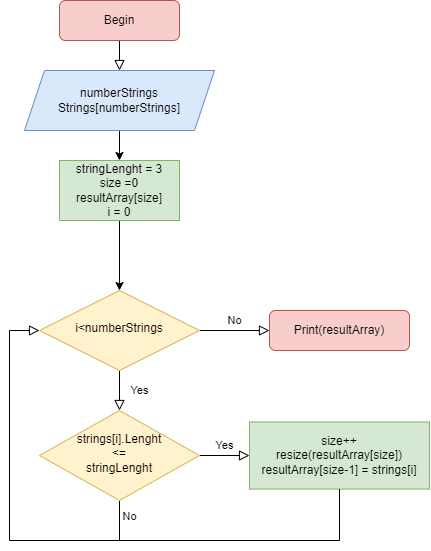
The draw.io diagram diagram/diagram.png in VRoman27/-ontrolWork, before a commit. Source tidied: cells renumbered, new cells last; positions are measured from the earlier drawing's top-left corner, leaving out a move shared by most shapes.
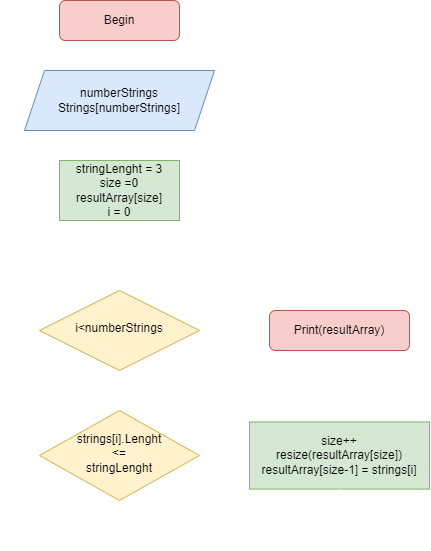
Above is the later version.

The edit, as a diff of the source:
```diff
@@ -2,16 +2,16 @@
   <root>
     <mxCell id="0" />
     <mxCell id="1" parent="0" />
-    <mxCell id="2" style="rounded=0;html=1;jettySize=auto;fontSize=11;endArrow=block;endFill=0;endSize=8;strokeWidth=1;shadow=0;labelBackgroundColor=none;edgeStyle=orthogonalEdgeStyle;entryX=0.5;entryY=0;entryDx=0;entryDy=0;" parent="1" edge="1" source="3" target="12">
+    <mxCell id="2" style="rounded=0;html=1;jettySize=auto;fontSize=11;endArrow=block;endFill=0;endSize=8;strokeWidth=1;shadow=0;labelBackgroundColor=none;edgeStyle=orthogonalEdgeStyle;entryX=0.5;entryY=0;entryDx=0;entryDy=0;strokeColor=#FFFFFF;" parent="1" edge="1" source="3" target="12">
       <mxGeometry relative="1" as="geometry" />
     </mxCell>
     <mxCell id="3" value="Begin" style="rounded=1;whiteSpace=wrap;html=1;fontSize=12;glass=0;strokeWidth=1;shadow=0;fillColor=#f8cecc;strokeColor=#b85450;" parent="1" vertex="1">
       <mxGeometry x="50" width="120" height="40" as="geometry" />
     </mxCell>
-    <mxCell id="4" value="Yes" style="rounded=0;html=1;jettySize=auto;fontSize=11;endArrow=block;endFill=0;endSize=8;strokeWidth=1;shadow=0;labelBackgroundColor=none;edgeStyle=orthogonalEdgeStyle;" parent="1" edge="1" source="6" target="10">
+    <mxCell id="4" value="Yes" style="rounded=0;html=1;jettySize=auto;fontSize=11;endArrow=block;endFill=0;endSize=8;strokeWidth=1;shadow=0;labelBackgroundColor=none;edgeStyle=orthogonalEdgeStyle;strokeColor=#FFFFFF;fontColor=#FFFFFF;" parent="1" edge="1" source="6" target="10">
       <mxGeometry y="20" relative="1" as="geometry" />
     </mxCell>
-    <mxCell id="5" value="No" style="edgeStyle=orthogonalEdgeStyle;rounded=0;html=1;jettySize=auto;fontSize=11;endArrow=block;endFill=0;endSize=8;strokeWidth=1;shadow=0;labelBackgroundColor=none;" parent="1" edge="1" source="6" target="7">
+    <mxCell id="5" value="No" style="edgeStyle=orthogonalEdgeStyle;rounded=0;html=1;jettySize=auto;fontSize=11;endArrow=block;endFill=0;endSize=8;strokeWidth=1;shadow=0;labelBackgroundColor=none;strokeColor=#FFFFFF;fontColor=#FFFFFF;" parent="1" edge="1" source="6" target="7">
       <mxGeometry y="10" relative="1" as="geometry" />
     </mxCell>
     <mxCell id="6" value="i&amp;lt;numberStrings" style="rhombus;whiteSpace=wrap;html=1;shadow=0;fontFamily=Helvetica;fontSize=12;align=center;strokeWidth=1;spacing=6;spacingTop=-4;fillColor=#fff2cc;strokeColor=#d6b656;" parent="1" vertex="1">
@@ -20,7 +20,7 @@
     <mxCell id="7" value="Print(resultArray)" style="rounded=1;whiteSpace=wrap;html=1;fontSize=12;glass=0;strokeWidth=1;shadow=0;fillColor=#f8cecc;strokeColor=#b85450;" parent="1" vertex="1">
       <mxGeometry x="260" y="310" width="140" height="40" as="geometry" />
     </mxCell>
-    <mxCell id="8" value="No" style="rounded=0;html=1;jettySize=auto;fontSize=11;endArrow=block;endFill=0;endSize=8;strokeWidth=1;shadow=0;labelBackgroundColor=none;edgeStyle=orthogonalEdgeStyle;entryX=0;entryY=0.5;entryDx=0;entryDy=0;" parent="1" edge="1" source="10" target="6">
+    <mxCell id="8" value="No" style="rounded=0;html=1;jettySize=auto;fontSize=11;endArrow=block;endFill=0;endSize=8;strokeWidth=1;shadow=0;labelBackgroundColor=none;edgeStyle=orthogonalEdgeStyle;entryX=0;entryY=0.5;entryDx=0;entryDy=0;strokeColor=#FFFFFF;fontColor=#FFFFFF;" parent="1" edge="1" source="10" target="6">
       <mxGeometry x="-0.92" y="10" relative="1" as="geometry">
         <Array as="points">
           <mxPoint x="110" y="540" />
@@ -29,19 +29,19 @@
         </Array>
       </mxGeometry>
     </mxCell>
-    <mxCell id="9" value="Yes" style="edgeStyle=orthogonalEdgeStyle;rounded=0;html=1;jettySize=auto;fontSize=11;endArrow=block;endFill=0;endSize=8;strokeWidth=1;shadow=0;labelBackgroundColor=none;" parent="1" edge="1" source="10" target="15">
+    <mxCell id="9" value="Yes" style="edgeStyle=orthogonalEdgeStyle;rounded=0;html=1;jettySize=auto;fontSize=11;endArrow=block;endFill=0;endSize=8;strokeWidth=1;shadow=0;labelBackgroundColor=none;strokeColor=#FFFFFF;fontColor=#FFFFFF;" parent="1" edge="1" source="10" target="15">
       <mxGeometry y="10" relative="1" as="geometry" />
     </mxCell>
     <mxCell id="10" value="strings[i].Lenght &lt;br&gt;&amp;lt;= &lt;br&gt;stringLenght" style="rhombus;whiteSpace=wrap;html=1;shadow=0;fontFamily=Helvetica;fontSize=12;align=center;strokeWidth=1;spacing=6;spacingTop=-4;fillColor=#fff2cc;strokeColor=#d6b656;" parent="1" vertex="1">
       <mxGeometry x="30" y="410" width="160" height="90" as="geometry" />
     </mxCell>
-    <mxCell id="11" style="edgeStyle=orthogonalEdgeStyle;rounded=0;jettySize=auto;html=1;entryX=0.5;entryY=0;entryDx=0;entryDy=0;" parent="1" edge="1" source="12" target="14">
+    <mxCell id="11" style="edgeStyle=orthogonalEdgeStyle;rounded=0;jettySize=auto;html=1;entryX=0.5;entryY=0;entryDx=0;entryDy=0;strokeColor=#FFFFFF;" parent="1" edge="1" source="12" target="14">
       <mxGeometry relative="1" as="geometry" />
     </mxCell>
     <mxCell id="12" value="numberStrings&lt;br&gt;Strings[numberStrings]" style="shape=parallelogram;perimeter=parallelogramPerimeter;whiteSpace=wrap;html=1;fixedSize=1;fillColor=#dae8fc;strokeColor=#6c8ebf;" parent="1" vertex="1">
       <mxGeometry x="15" y="70" width="190" height="60" as="geometry" />
     </mxCell>
-    <mxCell id="13" style="edgeStyle=orthogonalEdgeStyle;rounded=0;jettySize=auto;html=1;exitX=0.5;exitY=1;exitDx=0;exitDy=0;entryX=0.5;entryY=0;entryDx=0;entryDy=0;" parent="1" edge="1" source="14" target="6">
+    <mxCell id="13" style="edgeStyle=orthogonalEdgeStyle;rounded=0;jettySize=auto;html=1;exitX=0.5;exitY=1;exitDx=0;exitDy=0;entryX=0.5;entryY=0;entryDx=0;entryDy=0;strokeColor=#FFFFFF;" parent="1" edge="1" source="14" target="6">
       <mxGeometry relative="1" as="geometry" />
     </mxCell>
     <mxCell id="14" value="stringLenght = 3&lt;br&gt;size =0&lt;br&gt;resultArray[size]&lt;br&gt;i = 0" style="rounded=0;whiteSpace=wrap;html=1;fillColor=#d5e8d4;strokeColor=#82b366;" parent="1" vertex="1">
@@ -50,7 +50,7 @@
     <mxCell id="15" value="size++&lt;br&gt;resize(resultArray[size])&lt;br&gt;resultArray[size-1] = strings[i]" style="rounded=0;whiteSpace=wrap;html=1;fillColor=#d5e8d4;strokeColor=#82b366;" parent="1" vertex="1">
       <mxGeometry x="240" y="421.4" width="180" height="67.2" as="geometry" />
     </mxCell>
-    <mxCell id="16" style="endArrow=none;html=1;rounded=0;entryX=0.5;entryY=1;entryDx=0;entryDy=0;" parent="1" edge="1" target="15">
+    <mxCell id="16" style="endArrow=none;html=1;rounded=0;entryX=0.5;entryY=1;entryDx=0;entryDy=0;strokeColor=#FFFFFF;" parent="1" edge="1" target="15">
       <mxGeometry relative="1" as="geometry">
         <mxPoint x="110" y="540" as="sourcePoint" />
         <Array as="points">
```
